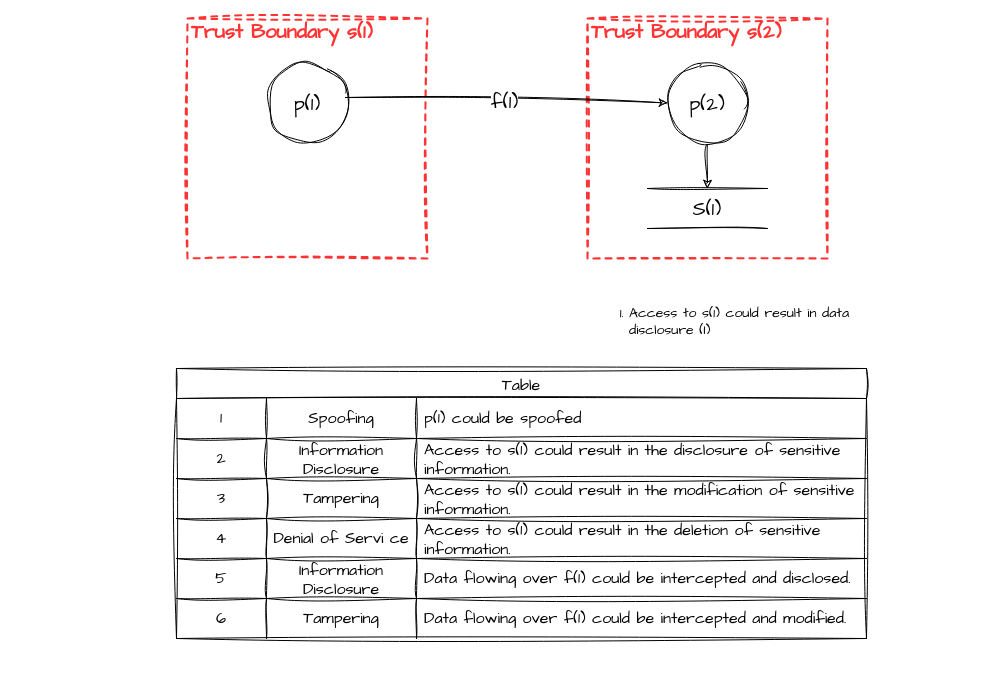
This is threat-model-76709aca-15c3-4c09-a234-aa7a41e012bc.drawio from Jim-Sweeting/Drawio, a draw.io file, before an edit. Source tidied: cells renumbered, new cells numbered last; positions are measured from the earlier drawing's top-left corner, leaving out a move shared by most shapes. Both pictures are drawn from the tidied source at 100%, with x=0, y=0 at pixel (176, 18).
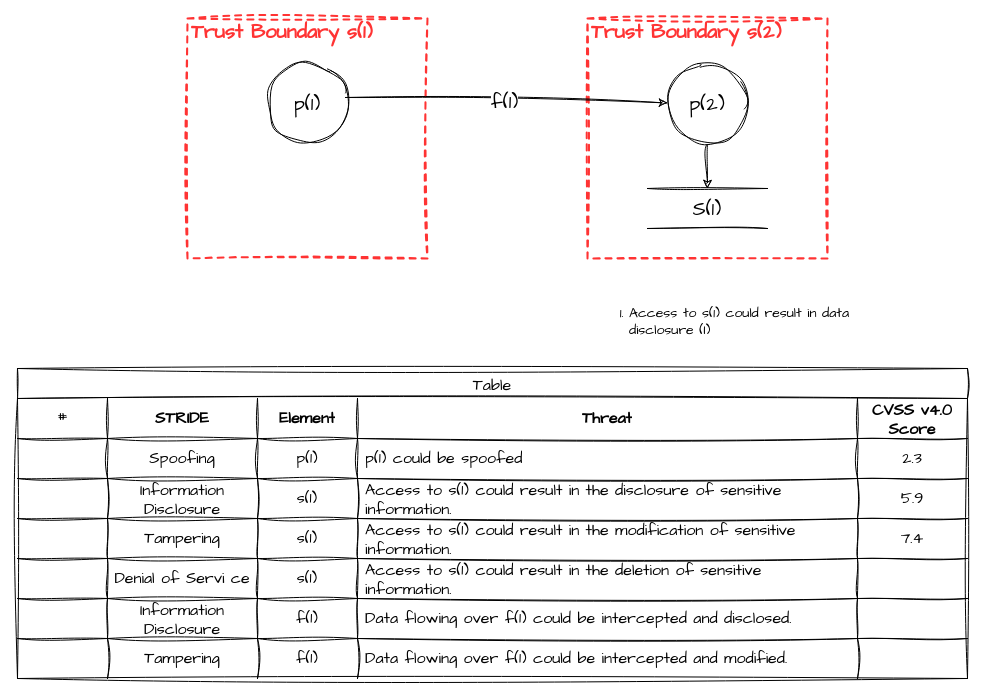
The same page after the edit.

Commit message:
Expanded the threat table

What changed in the source:
```diff
@@
     <mxCell id="11" value="Table" style="shape=table;startSize=30;childLayout=tableLayout;strokeColor=default;fontSize=16;sketch=1;hachureGap=4;jiggle=2;curveFitting=1;fontFamily=Architects Daughter;" parent="1" vertex="1">
-      <mxGeometry y="350" width="690" height="270" as="geometry" />
+      <mxGeometry x="-159" y="350" width="950" height="310" as="geometry" />
     </mxCell>
+    <mxCell id="36" style="shape=tableRow;horizontal=0;startSize=0;swimlaneHead=0;swimlaneBody=0;strokeColor=inherit;top=0;left=0;bottom=0;right=0;fillColor=none;fontSize=16;sketch=1;hachureGap=4;jiggle=2;curveFitting=1;fontFamily=Architects Daughter;" parent="11" vertex="1">
+      <mxGeometry y="30" width="950" height="40" as="geometry" />
+    </mxCell>
+    <mxCell id="37" value="&lt;span style=&quot;font-weight: normal;&quot;&gt;#&lt;/span&gt;" style="shape=partialRectangle;html=1;whiteSpace=wrap;strokeColor=inherit;overflow=hidden;fillColor=none;top=0;left=0;bottom=0;right=0;fontSize=16;sketch=1;hachureGap=4;jiggle=2;curveFitting=1;fontFamily=Architects Daughter;fontStyle=1;" parent="36" vertex="1">
+      <mxGeometry width="90" height="40" as="geometry" />
+    </mxCell>
+    <mxCell id="38" value="STRIDE" style="shape=partialRectangle;html=1;whiteSpace=wrap;strokeColor=inherit;overflow=hidden;fillColor=none;top=0;left=0;bottom=0;right=0;fontSize=16;sketch=1;hachureGap=4;jiggle=2;curveFitting=1;fontFamily=Architects Daughter;fontStyle=1;" parent="36" vertex="1">
+      <mxGeometry x="90" width="150" height="40" as="geometry" />
+    </mxCell>
+    <mxCell id="39" value="Element" style="shape=partialRectangle;html=1;whiteSpace=wrap;strokeColor=inherit;overflow=hidden;fillColor=none;top=0;left=0;bottom=0;right=0;fontSize=16;sketch=1;hachureGap=4;jiggle=2;curveFitting=1;fontFamily=Architects Daughter;fontStyle=1;" parent="36" vertex="1">
+      <mxGeometry x="240" width="100" height="40" as="geometry" />
+    </mxCell>
+    <mxCell id="40" value="Threat" style="shape=partialRectangle;html=1;whiteSpace=wrap;strokeColor=inherit;overflow=hidden;fillColor=none;top=0;left=0;bottom=0;right=0;fontSize=16;sketch=1;hachureGap=4;jiggle=2;curveFitting=1;fontFamily=Architects Daughter;align=center;spacingLeft=6;spacingRight=6;fontStyle=1;" parent="36" vertex="1">
+      <mxGeometry x="340" width="500" height="40" as="geometry" />
+    </mxCell>
+    <mxCell id="41" value="CVSS v4.0 Score" style="shape=partialRectangle;html=1;whiteSpace=wrap;strokeColor=inherit;overflow=hidden;fillColor=none;top=0;left=0;bottom=0;right=0;fontSize=16;sketch=1;hachureGap=4;jiggle=2;curveFitting=1;fontFamily=Architects Daughter;align=center;spacingLeft=6;spacingRight=6;fontStyle=1;" parent="36" vertex="1">
+      <mxGeometry x="840" width="110" height="40" as="geometry" />
+    </mxCell>
     <mxCell id="12" style="shape=tableRow;horizontal=0;startSize=0;swimlaneHead=0;swimlaneBody=0;strokeColor=inherit;top=0;left=0;bottom=0;right=0;fillColor=none;fontSize=16;sketch=1;hachureGap=4;jiggle=2;curveFitting=1;fontFamily=Architects Daughter;" parent="11" vertex="1">
-      <mxGeometry y="30" width="690" height="40" as="geometry" />
+      <mxGeometry y="70" width="950" height="40" as="geometry" />
     </mxCell>
-    <mxCell id="13" value="1" style="shape=partialRectangle;html=1;whiteSpace=wrap;strokeColor=inherit;overflow=hidden;fillColor=none;top=0;left=0;bottom=0;right=0;fontSize=16;sketch=1;hachureGap=4;jiggle=2;curveFitting=1;fontFamily=Architects Daughter;" parent="12" vertex="1">
+    <mxCell id="13" style="shape=partialRectangle;html=1;whiteSpace=wrap;strokeColor=inherit;overflow=hidden;fillColor=none;top=0;left=0;bottom=0;right=0;fontSize=16;sketch=1;hachureGap=4;jiggle=2;curveFitting=1;fontFamily=Architects Daughter;" parent="12" vertex="1">
       <mxGeometry width="90" height="40" as="geometry" />
     </mxCell>
@@
+    <mxCell id="42" value="p(1)" style="shape=partialRectangle;html=1;whiteSpace=wrap;strokeColor=inherit;overflow=hidden;fillColor=none;top=0;left=0;bottom=0;right=0;fontSize=16;sketch=1;hachureGap=4;jiggle=2;curveFitting=1;fontFamily=Architects Daughter;" parent="12" vertex="1">
+      <mxGeometry x="240" width="100" height="40" as="geometry" />
+    </mxCell>
     <mxCell id="15" value="p(1) could be spoofed" style="shape=partialRectangle;html=1;whiteSpace=wrap;strokeColor=inherit;overflow=hidden;fillColor=none;top=0;left=0;bottom=0;right=0;fontSize=16;sketch=1;hachureGap=4;jiggle=2;curveFitting=1;fontFamily=Architects Daughter;align=left;spacingLeft=6;spacingRight=6;" parent="12" vertex="1">
-      <mxGeometry x="240" width="450" height="40" as="geometry" />
+      <mxGeometry x="340" width="500" height="40" as="geometry" />
     </mxCell>
+    <mxCell id="43" value="2.3" style="shape=partialRectangle;html=1;whiteSpace=wrap;strokeColor=inherit;overflow=hidden;fillColor=none;top=0;left=0;bottom=0;right=0;fontSize=16;sketch=1;hachureGap=4;jiggle=2;curveFitting=1;fontFamily=Architects Daughter;align=center;spacingLeft=6;spacingRight=6;" parent="12" vertex="1">
+      <mxGeometry x="840" width="110" height="40" as="geometry" />
+    </mxCell>
     <mxCell id="16" style="shape=tableRow;horizontal=0;startSize=0;swimlaneHead=0;swimlaneBody=0;strokeColor=inherit;top=0;left=0;bottom=0;right=0;fillColor=none;fontSize=16;sketch=1;hachureGap=4;jiggle=2;curveFitting=1;fontFamily=Architects Daughter;" parent="11" vertex="1">
-      <mxGeometry y="70" width="690" height="40" as="geometry" />
+      <mxGeometry y="110" width="950" height="40" as="geometry" />
     </mxCell>
-    <mxCell id="17" value="2" style="shape=partialRectangle;html=1;whiteSpace=wrap;strokeColor=inherit;overflow=hidden;fillColor=none;top=0;left=0;bottom=0;right=0;fontSize=16;sketch=1;hachureGap=4;jiggle=2;curveFitting=1;fontFamily=Architects Daughter;" parent="16" vertex="1">
+    <mxCell id="17" style="shape=partialRectangle;html=1;whiteSpace=wrap;strokeColor=inherit;overflow=hidden;fillColor=none;top=0;left=0;bottom=0;right=0;fontSize=16;sketch=1;hachureGap=4;jiggle=2;curveFitting=1;fontFamily=Architects Daughter;" parent="16" vertex="1">
       <mxGeometry width="90" height="40" as="geometry" />
     </mxCell>
@@
+    <mxCell id="44" value="s(1)" style="shape=partialRectangle;html=1;whiteSpace=wrap;strokeColor=inherit;overflow=hidden;fillColor=none;top=0;left=0;bottom=0;right=0;fontSize=16;sketch=1;hachureGap=4;jiggle=2;curveFitting=1;fontFamily=Architects Daughter;" parent="16" vertex="1">
+      <mxGeometry x="240" width="100" height="40" as="geometry" />
+    </mxCell>
     <mxCell id="19" value="Access to s(1) could result in the disclosure of sensitive information." style="shape=partialRectangle;html=1;whiteSpace=wrap;strokeColor=inherit;overflow=hidden;fillColor=none;top=0;left=0;bottom=0;right=0;fontSize=16;sketch=1;hachureGap=4;jiggle=2;curveFitting=1;fontFamily=Architects Daughter;align=left;spacingLeft=6;spacingRight=6;" parent="16" vertex="1">
-      <mxGeometry x="240" width="450" height="40" as="geometry" />
+      <mxGeometry x="340" width="500" height="40" as="geometry" />
     </mxCell>
+    <mxCell id="45" value="5.9" style="shape=partialRectangle;html=1;whiteSpace=wrap;strokeColor=inherit;overflow=hidden;fillColor=none;top=0;left=0;bottom=0;right=0;fontSize=16;sketch=1;hachureGap=4;jiggle=2;curveFitting=1;fontFamily=Architects Daughter;align=center;spacingLeft=6;spacingRight=6;" parent="16" vertex="1">
+      <mxGeometry x="840" width="110" height="40" as="geometry" />
+    </mxCell>
     <mxCell id="20" style="shape=tableRow;horizontal=0;startSize=0;swimlaneHead=0;swimlaneBody=0;strokeColor=inherit;top=0;left=0;bottom=0;right=0;fillColor=none;fontSize=16;sketch=1;hachureGap=4;jiggle=2;curveFitting=1;fontFamily=Architects Daughter;" parent="11" vertex="1">
-      <mxGeometry y="110" width="690" height="40" as="geometry" />
+      <mxGeometry y="150" width="950" height="40" as="geometry" />
     </mxCell>
-    <mxCell id="21" value="3" style="shape=partialRectangle;html=1;whiteSpace=wrap;strokeColor=inherit;overflow=hidden;fillColor=none;top=0;left=0;bottom=0;right=0;fontSize=16;sketch=1;hachureGap=4;jiggle=2;curveFitting=1;fontFamily=Architects Daughter;" parent="20" vertex="1">
+    <mxCell id="21" style="shape=partialRectangle;html=1;whiteSpace=wrap;strokeColor=inherit;overflow=hidden;fillColor=none;top=0;left=0;bottom=0;right=0;fontSize=16;sketch=1;hachureGap=4;jiggle=2;curveFitting=1;fontFamily=Architects Daughter;" parent="20" vertex="1">
       <mxGeometry width="90" height="40" as="geometry" />
     </mxCell>
@@
+    <mxCell id="46" value="s(1)" style="shape=partialRectangle;html=1;whiteSpace=wrap;strokeColor=inherit;overflow=hidden;fillColor=none;top=0;left=0;bottom=0;right=0;fontSize=16;sketch=1;hachureGap=4;jiggle=2;curveFitting=1;fontFamily=Architects Daughter;" parent="20" vertex="1">
+      <mxGeometry x="240" width="100" height="40" as="geometry" />
+    </mxCell>
     <mxCell id="23" value="Access to s(1) could result in the modification&amp;nbsp;of sensitive information." style="shape=partialRectangle;html=1;whiteSpace=wrap;strokeColor=inherit;overflow=hidden;fillColor=none;top=0;left=0;bottom=0;right=0;fontSize=16;sketch=1;hachureGap=4;jiggle=2;curveFitting=1;fontFamily=Architects Daughter;align=left;spacingLeft=6;spacingRight=6;" parent="20" vertex="1">
-      <mxGeometry x="240" width="450" height="40" as="geometry" />
+      <mxGeometry x="340" width="500" height="40" as="geometry" />
     </mxCell>
+    <mxCell id="47" value="7.4" style="shape=partialRectangle;html=1;whiteSpace=wrap;strokeColor=inherit;overflow=hidden;fillColor=none;top=0;left=0;bottom=0;right=0;fontSize=16;sketch=1;hachureGap=4;jiggle=2;curveFitting=1;fontFamily=Architects Daughter;align=center;spacingLeft=6;spacingRight=6;" parent="20" vertex="1">
+      <mxGeometry x="840" width="110" height="40" as="geometry" />
+    </mxCell>
     <mxCell id="24" style="shape=tableRow;horizontal=0;startSize=0;swimlaneHead=0;swimlaneBody=0;strokeColor=inherit;top=0;left=0;bottom=0;right=0;fillColor=none;fontSize=16;sketch=1;hachureGap=4;jiggle=2;curveFitting=1;fontFamily=Architects Daughter;" parent="11" vertex="1">
-      <mxGeometry y="150" width="690" height="40" as="geometry" />
+      <mxGeometry y="190" width="950" height="40" as="geometry" />
     </mxCell>
-    <mxCell id="25" value="4" style="shape=partialRectangle;html=1;whiteSpace=wrap;strokeColor=inherit;overflow=hidden;fillColor=none;top=0;left=0;bottom=0;right=0;fontSize=16;sketch=1;hachureGap=4;jiggle=2;curveFitting=1;fontFamily=Architects Daughter;" parent="24" vertex="1">
+    <mxCell id="25" style="shape=partialRectangle;html=1;whiteSpace=wrap;strokeColor=inherit;overflow=hidden;fillColor=none;top=0;left=0;bottom=0;right=0;fontSize=16;sketch=1;hachureGap=4;jiggle=2;curveFitting=1;fontFamily=Architects Daughter;" parent="24" vertex="1">
       <mxGeometry width="90" height="40" as="geometry" />
     </mxCell>
@@
+    <mxCell id="48" value="s(1)" style="shape=partialRectangle;html=1;whiteSpace=wrap;strokeColor=inherit;overflow=hidden;fillColor=none;top=0;left=0;bottom=0;right=0;fontSize=16;sketch=1;hachureGap=4;jiggle=2;curveFitting=1;fontFamily=Architects Daughter;" parent="24" vertex="1">
+      <mxGeometry x="240" width="100" height="40" as="geometry" />
+    </mxCell>
     <mxCell id="27" value="Access to s(1) could result in the deletion of sensitive information." style="shape=partialRectangle;html=1;whiteSpace=wrap;strokeColor=inherit;overflow=hidden;fillColor=none;top=0;left=0;bottom=0;right=0;fontSize=16;sketch=1;hachureGap=4;jiggle=2;curveFitting=1;fontFamily=Architects Daughter;align=left;spacingLeft=6;spacingRight=6;" parent="24" vertex="1">
-      <mxGeometry x="240" width="450" height="40" as="geometry" />
+      <mxGeometry x="340" width="500" height="40" as="geometry" />
     </mxCell>
+    <mxCell id="49" style="shape=partialRectangle;html=1;whiteSpace=wrap;strokeColor=inherit;overflow=hidden;fillColor=none;top=0;left=0;bottom=0;right=0;fontSize=16;sketch=1;hachureGap=4;jiggle=2;curveFitting=1;fontFamily=Architects Daughter;align=left;spacingLeft=6;spacingRight=6;" parent="24" vertex="1">
+      <mxGeometry x="840" width="110" height="40" as="geometry" />
+    </mxCell>
     <mxCell id="28" style="shape=tableRow;horizontal=0;startSize=0;swimlaneHead=0;swimlaneBody=0;strokeColor=inherit;top=0;left=0;bottom=0;right=0;fillColor=none;fontSize=16;sketch=1;hachureGap=4;jiggle=2;curveFitting=1;fontFamily=Architects Daughter;" parent="11" vertex="1">
-      <mxGeometry y="190" width="690" height="40" as="geometry" />
+      <mxGeometry y="230" width="950" height="40" as="geometry" />
     </mxCell>
-    <mxCell id="29" value="5" style="shape=partialRectangle;html=1;whiteSpace=wrap;strokeColor=inherit;overflow=hidden;fillColor=none;top=0;left=0;bottom=0;right=0;fontSize=16;sketch=1;hachureGap=4;jiggle=2;curveFitting=1;fontFamily=Architects Daughter;" parent="28" vertex="1">
+    <mxCell id="29" style="shape=partialRectangle;html=1;whiteSpace=wrap;strokeColor=inherit;overflow=hidden;fillColor=none;top=0;left=0;bottom=0;right=0;fontSize=16;sketch=1;hachureGap=4;jiggle=2;curveFitting=1;fontFamily=Architects Daughter;" parent="28" vertex="1">
       <mxGeometry width="90" height="40" as="geometry" />
     </mxCell>
@@
+    <mxCell id="50" value="f(1)" style="shape=partialRectangle;html=1;whiteSpace=wrap;strokeColor=inherit;overflow=hidden;fillColor=none;top=0;left=0;bottom=0;right=0;fontSize=16;sketch=1;hachureGap=4;jiggle=2;curveFitting=1;fontFamily=Architects Daughter;" parent="28" vertex="1">
+      <mxGeometry x="240" width="100" height="40" as="geometry" />
+    </mxCell>
     <mxCell id="31" value="Data flowing over f(1) could be intercepted and disclosed." style="shape=partialRectangle;html=1;whiteSpace=wrap;strokeColor=inherit;overflow=hidden;fillColor=none;top=0;left=0;bottom=0;right=0;fontSize=16;sketch=1;hachureGap=4;jiggle=2;curveFitting=1;fontFamily=Architects Daughter;align=left;spacingLeft=6;spacingRight=6;" parent="28" vertex="1">
-      <mxGeometry x="240" width="450" height="40" as="geometry" />
+      <mxGeometry x="340" width="500" height="40" as="geometry" />
     </mxCell>
+    <mxCell id="51" style="shape=partialRectangle;html=1;whiteSpace=wrap;strokeColor=inherit;overflow=hidden;fillColor=none;top=0;left=0;bottom=0;right=0;fontSize=16;sketch=1;hachureGap=4;jiggle=2;curveFitting=1;fontFamily=Architects Daughter;align=left;spacingLeft=6;spacingRight=6;" parent="28" vertex="1">
+      <mxGeometry x="840" width="110" height="40" as="geometry" />
+    </mxCell>
     <mxCell id="32" style="shape=tableRow;horizontal=0;startSize=0;swimlaneHead=0;swimlaneBody=0;strokeColor=inherit;top=0;left=0;bottom=0;right=0;fillColor=none;fontSize=16;sketch=1;hachureGap=4;jiggle=2;curveFitting=1;fontFamily=Architects Daughter;" parent="11" vertex="1">
-      <mxGeometry y="230" width="690" height="40" as="geometry" />
+      <mxGeometry y="270" width="950" height="40" as="geometry" />
     </mxCell>
-    <mxCell id="33" value="6" style="shape=partialRectangle;html=1;whiteSpace=wrap;strokeColor=inherit;overflow=hidden;fillColor=none;top=0;left=0;bottom=0;right=0;fontSize=16;sketch=1;hachureGap=4;jiggle=2;curveFitting=1;fontFamily=Architects Daughter;" parent="32" vertex="1">
+    <mxCell id="33" style="shape=partialRectangle;whiteSpace=wrap;strokeColor=inherit;overflow=hidden;fillColor=none;top=0;left=0;bottom=0;right=0;fontSize=16;sketch=1;hachureGap=4;jiggle=2;curveFitting=1;fontFamily=Architects Daughter;" parent="32" vertex="1">
       <mxGeometry width="90" height="40" as="geometry" />
     </mxCell>
@@
+    <mxCell id="52" value="f(1)" style="shape=partialRectangle;html=1;whiteSpace=wrap;strokeColor=inherit;overflow=hidden;fillColor=none;top=0;left=0;bottom=0;right=0;fontSize=16;sketch=1;hachureGap=4;jiggle=2;curveFitting=1;fontFamily=Architects Daughter;" parent="32" vertex="1">
+      <mxGeometry x="240" width="100" height="40" as="geometry" />
+    </mxCell>
     <mxCell id="35" value="Data flowing over f(1) could be intercepted and modified." style="shape=partialRectangle;html=1;whiteSpace=wrap;strokeColor=inherit;overflow=hidden;fillColor=none;top=0;left=0;bottom=0;right=0;fontSize=16;sketch=1;hachureGap=4;jiggle=2;curveFitting=1;fontFamily=Architects Daughter;align=left;spacingLeft=6;spacingRight=6;" parent="32" vertex="1">
-      <mxGeometry x="240" width="450" height="40" as="geometry" />
+      <mxGeometry x="340" width="500" height="40" as="geometry" />
     </mxCell>
+    <mxCell id="53" style="shape=partialRectangle;html=1;whiteSpace=wrap;strokeColor=inherit;overflow=hidden;fillColor=none;top=0;left=0;bottom=0;right=0;fontSize=16;sketch=1;hachureGap=4;jiggle=2;curveFitting=1;fontFamily=Architects Daughter;align=left;spacingLeft=6;spacingRight=6;" parent="32" vertex="1">
+      <mxGeometry x="840" width="110" height="40" as="geometry" />
+    </mxCell>
```
